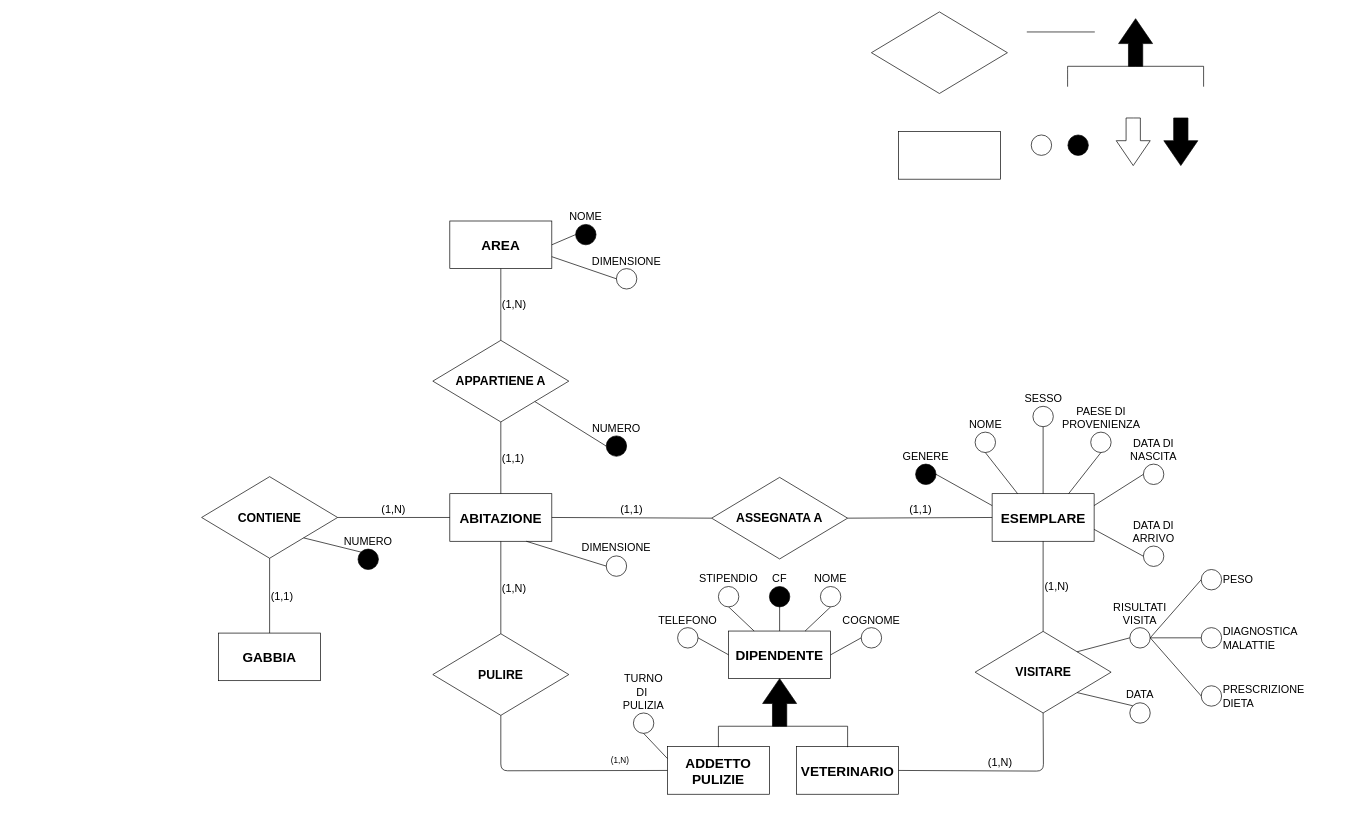
Before: 03_ER_Schema_v1.drawio in DanielePassabi/Progetto-Laboratorio-BSD, a draw.io diagram. Source tidied: cells renumbered, new cells numbered last; positions are measured from the earlier drawing's top-left corner, leaving out a move shared by most shapes. Both pictures are drawn from the tidied source at 68%, with x=0, y=0 at pixel (201, 12).
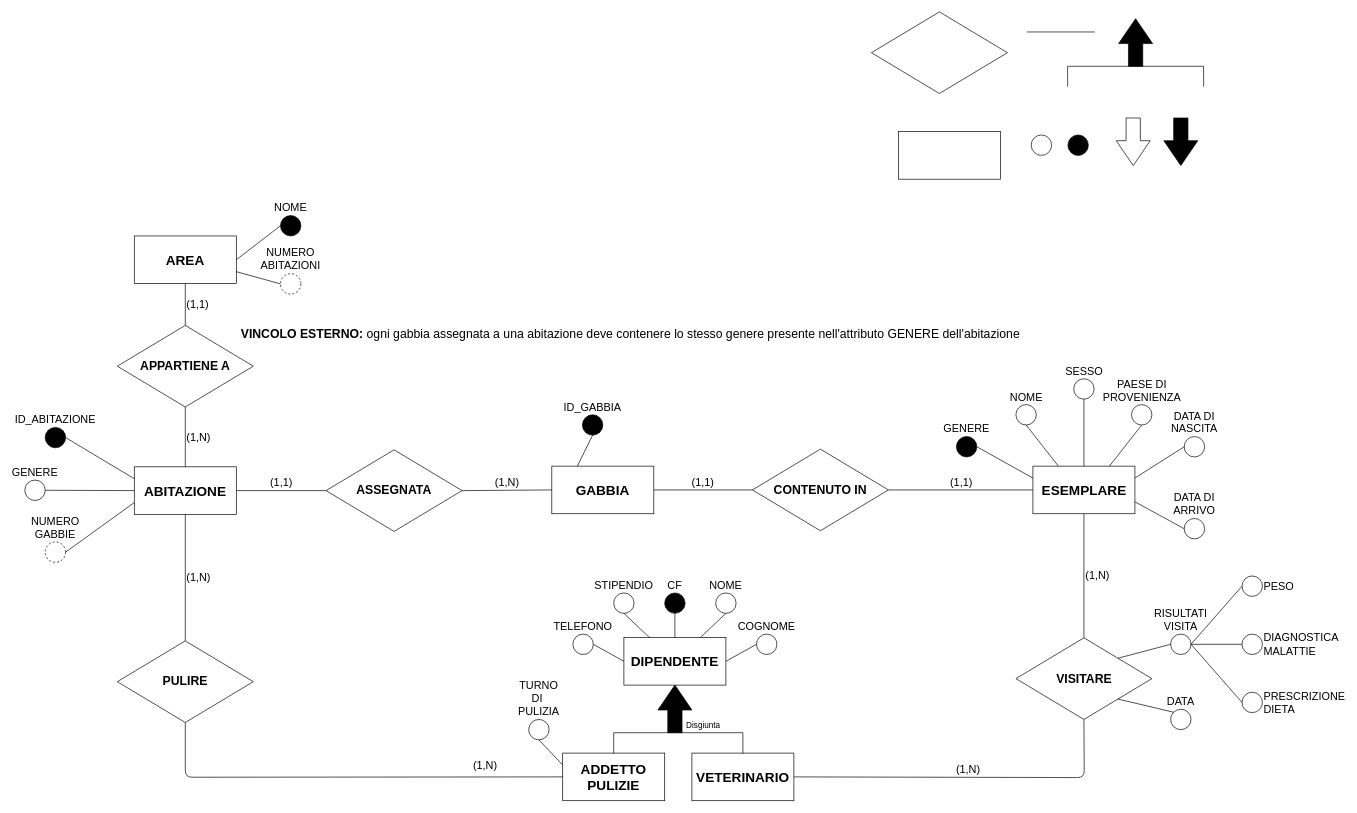
The same diagram, later.

Commit message (it also covers changes not shown here):
Schema ER aggiornato

The edit, as a diff of the source:
```diff
@@
     <mxCell id="6" value="&lt;font size=&quot;1&quot;&gt;&lt;b style=&quot;font-size: 20px&quot;&gt;ESEMPLARE&lt;/b&gt;&lt;/font&gt;" style="rounded=0;whiteSpace=wrap;html=1;" parent="1" vertex="1">
-      <mxGeometry x="1162.5" y="708.5" width="150" height="70" as="geometry" />
+      <mxGeometry x="1222.5" y="668" width="150" height="70" as="geometry" />
     </mxCell>
     <mxCell id="7" value="&lt;span style=&quot;font-size: 20px&quot;&gt;&lt;b&gt;AREA&lt;/b&gt;&lt;/span&gt;" style="rounded=0;whiteSpace=wrap;html=1;" parent="1" vertex="1">
-      <mxGeometry x="365" y="307.5" width="150" height="70" as="geometry" />
+      <mxGeometry x="-99" y="329.5" width="150" height="70" as="geometry" />
     </mxCell>
     <mxCell id="8" value="&lt;span style=&quot;font-size: 20px&quot;&gt;&lt;b&gt;ABITAZIONE&lt;/b&gt;&lt;/span&gt;" style="rounded=0;whiteSpace=wrap;html=1;" parent="1" vertex="1">
-      <mxGeometry x="365" y="708.5" width="150" height="70" as="geometry" />
+      <mxGeometry x="-99" y="669" width="150" height="70" as="geometry" />
     </mxCell>
     <mxCell id="9" value="&lt;font size=&quot;1&quot;&gt;&lt;b style=&quot;font-size: 20px&quot;&gt;GABBIA&lt;/b&gt;&lt;/font&gt;" style="rounded=0;whiteSpace=wrap;html=1;" parent="1" vertex="1">
-      <mxGeometry x="25" y="913.5" width="150" height="70" as="geometry" />
+      <mxGeometry x="515" y="668" width="150" height="70" as="geometry" />
     </mxCell>
     <mxCell id="10" value="&lt;font size=&quot;1&quot;&gt;&lt;b style=&quot;font-size: 20px&quot;&gt;DIPENDENTE&lt;/b&gt;&lt;/font&gt;" style="rounded=0;whiteSpace=wrap;html=1;" parent="1" vertex="1">
-      <mxGeometry x="775" y="910.5" width="150" height="70" as="geometry" />
+      <mxGeometry x="621" y="920" width="150" height="70" as="geometry" />
     </mxCell>
     <mxCell id="11" value="&lt;font size=&quot;1&quot;&gt;&lt;b style=&quot;font-size: 20px&quot;&gt;ADDETTO PULIZIE&lt;/b&gt;&lt;/font&gt;" style="rounded=0;whiteSpace=wrap;html=1;" parent="1" vertex="1">
-      <mxGeometry x="685" y="1080.5" width="150" height="70" as="geometry" />
+      <mxGeometry x="531" y="1090" width="150" height="70" as="geometry" />
     </mxCell>
     <mxCell id="12" value="&lt;span style=&quot;font-size: 20px&quot;&gt;&lt;b&gt;VETERINARIO&lt;/b&gt;&lt;/span&gt;" style="rounded=0;whiteSpace=wrap;html=1;" parent="1" vertex="1">
-      <mxGeometry x="875" y="1080.5" width="150" height="70" as="geometry" />
+      <mxGeometry x="721" y="1090" width="150" height="70" as="geometry" />
     </mxCell>
@@
-    <mxCell id="14" value="&lt;span style=&quot;font-size: 18px&quot;&gt;&lt;b&gt;ASSEGNATA A&lt;/b&gt;&lt;/span&gt;" style="rhombus;whiteSpace=wrap;html=1;" parent="1" vertex="1">
-      <mxGeometry x="750" y="684.5" width="200" height="120" as="geometry" />
+    <mxCell id="14" value="&lt;span style=&quot;font-size: 18px&quot;&gt;&lt;b&gt;CONTENUTO IN&lt;/b&gt;&lt;/span&gt;" style="rhombus;whiteSpace=wrap;html=1;" parent="1" vertex="1">
+      <mxGeometry x="810" y="643" width="200" height="120" as="geometry" />
     </mxCell>
     <mxCell id="15" value="&lt;font size=&quot;1&quot;&gt;&lt;b style=&quot;font-size: 18px&quot;&gt;PULIRE&lt;/b&gt;&lt;/font&gt;" style="rhombus;whiteSpace=wrap;html=1;" parent="1" vertex="1">
-      <mxGeometry x="340" y="914.5" width="200" height="120" as="geometry" />
+      <mxGeometry x="-124" y="925" width="200" height="120" as="geometry" />
     </mxCell>
     <mxCell id="16" value="&lt;span style=&quot;font-size: 18px&quot;&gt;&lt;b&gt;VISITARE&lt;/b&gt;&lt;/span&gt;" style="rhombus;whiteSpace=wrap;html=1;" parent="1" vertex="1">
-      <mxGeometry x="1137.5" y="911" width="200" height="120" as="geometry" />
+      <mxGeometry x="1197.5" y="920.5" width="200" height="120" as="geometry" />
     </mxCell>
     <mxCell id="17" style="html=1;shadow=0;dashed=0;align=center;verticalAlign=middle;shape=mxgraph.arrows2.arrow;dy=0.58;dx=36.6;direction=south;notch=0;fillColor=#000000;rotation=180;" parent="1" vertex="1">
-      <mxGeometry x="825" y="980.5" width="50" height="70" as="geometry" />
+      <mxGeometry x="671" y="990" width="50" height="70" as="geometry" />
     </mxCell>
@@
-    <mxCell id="19" value="&lt;span style=&quot;font-size: 16px ; text-align: left&quot;&gt;(1,1)&lt;/span&gt;" style="endArrow=none;html=1;exitX=0;exitY=0.5;exitDx=0;exitDy=0;entryX=1;entryY=0.5;entryDx=0;entryDy=0;labelPosition=center;verticalLabelPosition=top;align=center;verticalAlign=bottom;" parent="1" edge="1" source="14" target="8">
+    <mxCell id="19" value="&lt;span style=&quot;font-size: 16px ; text-align: left&quot;&gt;(1,1)&lt;/span&gt;" style="endArrow=none;html=1;exitX=0;exitY=0.5;exitDx=0;exitDy=0;labelPosition=center;verticalLabelPosition=top;align=center;verticalAlign=bottom;entryX=1;entryY=0.5;entryDx=0;entryDy=0;" parent="1" edge="1" source="14" target="9">
       <mxGeometry relative="1" as="geometry" />
     </mxCell>
@@
-    <mxCell id="25" value="&lt;span style=&quot;font-size: 18px&quot;&gt;&lt;b&gt;CONTIENE&lt;/b&gt;&lt;/span&gt;" style="rhombus;whiteSpace=wrap;html=1;" parent="1" vertex="1">
-      <mxGeometry y="683.5" width="200" height="120" as="geometry" />
+    <mxCell id="25" value="&lt;span style=&quot;font-size: 18px&quot;&gt;&lt;b&gt;ASSEGNATA&lt;/b&gt;&lt;/span&gt;" style="rhombus;whiteSpace=wrap;html=1;" parent="1" vertex="1">
+      <mxGeometry x="183" y="644" width="200" height="120" as="geometry" />
     </mxCell>
-    <mxCell id="26" value="&lt;span style=&quot;font-size: 16px ; text-align: left&quot;&gt;(1,N)&lt;/span&gt;" style="endArrow=none;html=1;entryX=1;entryY=0.5;entryDx=0;entryDy=0;exitX=0;exitY=0.5;exitDx=0;exitDy=0;labelPosition=center;verticalLabelPosition=top;align=center;verticalAlign=bottom;" parent="1" edge="1" source="8" target="25">
+    <mxCell id="26" value="&lt;span style=&quot;font-size: 16px ; text-align: left&quot;&gt;(1,1)&lt;/span&gt;" style="endArrow=none;html=1;entryX=0;entryY=0.5;entryDx=0;entryDy=0;labelPosition=center;verticalLabelPosition=top;align=center;verticalAlign=bottom;exitX=1;exitY=0.5;exitDx=0;exitDy=0;" parent="1" edge="1" source="8" target="25">
       <mxGeometry relative="1" as="geometry" />
     </mxCell>
-    <mxCell id="27" value="&lt;span style=&quot;font-size: 16px ; text-align: left&quot;&gt;(1,1)&lt;/span&gt;" style="endArrow=none;html=1;entryX=0.5;entryY=0;entryDx=0;entryDy=0;exitX=0.5;exitY=1;exitDx=0;exitDy=0;labelPosition=right;verticalLabelPosition=middle;align=left;verticalAlign=middle;" parent="1" edge="1" source="25" target="9">
+    <mxCell id="27" value="&lt;span style=&quot;font-size: 16px ; text-align: left&quot;&gt;(1,N)&lt;/span&gt;" style="endArrow=none;html=1;entryX=0;entryY=0.5;entryDx=0;entryDy=0;exitX=1;exitY=0.5;exitDx=0;exitDy=0;labelPosition=center;verticalLabelPosition=top;align=center;verticalAlign=bottom;" parent="1" edge="1" source="25" target="9">
       <mxGeometry relative="1" as="geometry" />
     </mxCell>
-    <mxCell id="28" value="&lt;span style=&quot;font-size: 16px ; text-align: left&quot;&gt;(1,N)&lt;/span&gt;" style="endArrow=none;html=1;entryX=0.5;entryY=1;entryDx=0;entryDy=0;exitX=0.5;exitY=0;exitDx=0;exitDy=0;labelPosition=right;verticalLabelPosition=middle;align=left;verticalAlign=middle;" parent="1" edge="1" source="15" target="8">
+    <mxCell id="28" value="&lt;span style=&quot;font-size: 16px ; text-align: left&quot;&gt;(1,N)&lt;/span&gt;" style="endArrow=none;html=1;exitX=0.5;exitY=0;exitDx=0;exitDy=0;labelPosition=right;verticalLabelPosition=middle;align=left;verticalAlign=middle;entryX=0.5;entryY=1;entryDx=0;entryDy=0;" parent="1" edge="1" source="15" target="8">
       <mxGeometry relative="1" as="geometry" />
     </mxCell>
     <mxCell id="29" style="endArrow=none;html=1;entryX=0;entryY=0.5;entryDx=0;entryDy=0;exitX=0.5;exitY=1;exitDx=0;exitDy=0;" parent="1" edge="1" source="15" target="11">
       <mxGeometry relative="1" as="geometry">
         <Array as="points">
-          <mxPoint x="440" y="1116" />
+          <mxPoint x="-24" y="1125.5" />
         </Array>
       </mxGeometry>
     </mxCell>
     <mxCell id="30" value="&lt;span style=&quot;font-size: 16px ; text-align: left&quot;&gt;(1,N)&lt;/span&gt;" style="endArrow=none;html=1;entryX=0.5;entryY=1;entryDx=0;entryDy=0;exitX=1;exitY=0.5;exitDx=0;exitDy=0;labelPosition=center;verticalLabelPosition=top;align=center;verticalAlign=bottom;" parent="1" edge="1" source="12" target="16">
       <mxGeometry relative="1" as="geometry">
         <Array as="points">
-          <mxPoint x="1238" y="1116.5" />
+          <mxPoint x="1298" y="1126" />
         </Array>
       </mxGeometry>
     </mxCell>
@@
     <mxCell id="32" value="&lt;span style=&quot;font-size: 18px&quot;&gt;&lt;b&gt;APPARTIENE A&lt;/b&gt;&lt;/span&gt;" style="rhombus;whiteSpace=wrap;html=1;" parent="1" vertex="1">
-      <mxGeometry x="340" y="483" width="200" height="120" as="geometry" />
+      <mxGeometry x="-124" y="461" width="200" height="120" as="geometry" />
     </mxCell>
-    <mxCell id="33" value="&lt;span style=&quot;font-size: 16px ; text-align: left&quot;&gt;(1,N)&lt;/span&gt;" style="endArrow=none;html=1;entryX=0.5;entryY=1;entryDx=0;entryDy=0;exitX=0.5;exitY=0;exitDx=0;exitDy=0;labelPosition=right;verticalLabelPosition=middle;align=left;verticalAlign=middle;" parent="1" edge="1" source="32" target="7">
+    <mxCell id="33" value="&lt;span style=&quot;font-size: 16px ; text-align: left&quot;&gt;(1,1)&lt;/span&gt;" style="endArrow=none;html=1;entryX=0.5;entryY=1;entryDx=0;entryDy=0;exitX=0.5;exitY=0;exitDx=0;exitDy=0;labelPosition=right;verticalLabelPosition=middle;align=left;verticalAlign=middle;" parent="1" edge="1" source="32" target="7">
       <mxGeometry relative="1" as="geometry" />
     </mxCell>
-    <mxCell id="34" value="&lt;font style=&quot;font-size: 16px&quot;&gt;(1,1)&lt;/font&gt;" style="endArrow=none;html=1;entryX=0.5;entryY=1;entryDx=0;entryDy=0;exitX=0.5;exitY=0;exitDx=0;exitDy=0;align=left;labelPosition=right;verticalLabelPosition=middle;verticalAlign=middle;" parent="1" edge="1" source="8" target="32">
+    <mxCell id="34" value="&lt;font style=&quot;font-size: 16px&quot;&gt;(1,N)&lt;/font&gt;" style="endArrow=none;html=1;entryX=0.5;entryY=1;entryDx=0;entryDy=0;exitX=0.5;exitY=0;exitDx=0;exitDy=0;align=left;labelPosition=right;verticalLabelPosition=middle;verticalAlign=middle;" parent="1" edge="1" source="8" target="32">
       <mxGeometry relative="1" as="geometry" />
     </mxCell>
     <mxCell id="35" style="shape=partialRectangle;whiteSpace=wrap;html=1;bottom=1;right=1;left=1;top=0;fillColor=none;routingCenterX=-0.5;rotation=180;" parent="1" vertex="1">
-      <mxGeometry x="760" y="1050.5" width="190" height="30" as="geometry" />
+      <mxGeometry x="606" y="1060" width="190" height="30" as="geometry" />
     </mxCell>
     <mxCell id="36" value="GENERE" style="ellipse;html=1;fillColor=#000000;spacingBottom=0;fontSize=16;align=center;whiteSpace=wrap;labelPosition=center;verticalLabelPosition=top;verticalAlign=bottom;" parent="1" vertex="1">
-      <mxGeometry x="1050" y="665" width="30" height="30" as="geometry" />
+      <mxGeometry x="1110" y="624.5" width="30" height="30" as="geometry" />
     </mxCell>
     <mxCell id="37" value="DATA DI ARRIVO" style="ellipse;html=1;fillColor=#FFFFFF;spacingBottom=0;fontSize=16;align=center;whiteSpace=wrap;labelPosition=center;verticalLabelPosition=top;verticalAlign=bottom;" parent="1" vertex="1">
-      <mxGeometry x="1385" y="785.5" width="30" height="30" as="geometry" />
+      <mxGeometry x="1445" y="745" width="30" height="30" as="geometry" />
     </mxCell>
@@
     <mxCell id="39" value="NOME" style="ellipse;html=1;fillColor=#FFFFFF;spacingBottom=0;fontSize=16;align=center;whiteSpace=wrap;labelPosition=center;verticalLabelPosition=top;verticalAlign=bottom;" parent="1" vertex="1">
-      <mxGeometry x="1137.5" y="618" width="30" height="30" as="geometry" />
+      <mxGeometry x="1197.5" y="577.5" width="30" height="30" as="geometry" />
     </mxCell>
     <mxCell id="40" value="PAESE DI PROVENIENZA" style="ellipse;html=1;fillColor=#FFFFFF;spacingBottom=0;fontSize=16;align=center;whiteSpace=wrap;labelPosition=center;verticalLabelPosition=top;verticalAlign=bottom;" parent="1" vertex="1">
-      <mxGeometry x="1307.5" y="618" width="30" height="30" as="geometry" />
+      <mxGeometry x="1367.5" y="577.5" width="30" height="30" as="geometry" />
     </mxCell>
     <mxCell id="41" value="SESSO" style="ellipse;html=1;fillColor=#FFFFFF;spacingBottom=0;fontSize=16;align=center;whiteSpace=wrap;labelPosition=center;verticalLabelPosition=top;verticalAlign=bottom;" parent="1" vertex="1">
-      <mxGeometry x="1222.5" y="580" width="30" height="30" as="geometry" />
+      <mxGeometry x="1282.5" y="539.5" width="30" height="30" as="geometry" />
     </mxCell>
     <mxCell id="42" value="DATA DI NASCITA" style="ellipse;html=1;fillColor=#FFFFFF;spacingBottom=0;fontSize=16;align=center;whiteSpace=wrap;labelPosition=center;verticalLabelPosition=top;verticalAlign=bottom;" parent="1" vertex="1">
-      <mxGeometry x="1385" y="665" width="30" height="30" as="geometry" />
+      <mxGeometry x="1445" y="624.5" width="30" height="30" as="geometry" />
     </mxCell>
     <mxCell id="43" value="CF" style="ellipse;html=1;fillColor=#000000;spacingBottom=0;fontSize=16;align=center;whiteSpace=wrap;labelPosition=center;verticalLabelPosition=top;verticalAlign=bottom;" parent="1" vertex="1">
-      <mxGeometry x="835" y="845" width="30" height="30" as="geometry" />
+      <mxGeometry x="681" y="854.5" width="30" height="30" as="geometry" />
     </mxCell>
     <mxCell id="44" value="NOME" style="ellipse;html=1;fillColor=#FFFFFF;spacingBottom=0;fontSize=16;align=center;whiteSpace=wrap;labelPosition=center;verticalLabelPosition=top;verticalAlign=bottom;" parent="1" vertex="1">
-      <mxGeometry x="910" y="845" width="30" height="30" as="geometry" />
+      <mxGeometry x="756" y="854.5" width="30" height="30" as="geometry" />
     </mxCell>
     <mxCell id="45" value="COGNOME" style="ellipse;html=1;fillColor=#FFFFFF;spacingBottom=0;fontSize=16;align=center;whiteSpace=wrap;labelPosition=center;verticalLabelPosition=top;verticalAlign=bottom;" parent="1" vertex="1">
-      <mxGeometry x="970" y="905.5" width="30" height="30" as="geometry" />
+      <mxGeometry x="816" y="915" width="30" height="30" as="geometry" />
     </mxCell>
     <mxCell id="46" value="STIPENDIO" style="ellipse;html=1;fillColor=#FFFFFF;spacingBottom=0;fontSize=16;align=center;whiteSpace=wrap;labelPosition=center;verticalLabelPosition=top;verticalAlign=bottom;" parent="1" vertex="1">
-      <mxGeometry x="760" y="845" width="30" height="30" as="geometry" />
+      <mxGeometry x="606" y="854.5" width="30" height="30" as="geometry" />
     </mxCell>
     <mxCell id="47" value="TELEFONO" style="ellipse;html=1;fillColor=#FFFFFF;spacingBottom=0;fontSize=16;align=center;whiteSpace=wrap;labelPosition=center;verticalLabelPosition=top;verticalAlign=bottom;" parent="1" vertex="1">
-      <mxGeometry x="700" y="905.5" width="30" height="30" as="geometry" />
+      <mxGeometry x="546" y="915" width="30" height="30" as="geometry" />
     </mxCell>
     <mxCell id="48" value="TURNO DI&amp;nbsp; PULIZIA" style="ellipse;html=1;fillColor=#FFFFFF;spacingBottom=0;fontSize=16;align=center;whiteSpace=wrap;labelPosition=center;verticalLabelPosition=top;verticalAlign=bottom;direction=south;" parent="1" vertex="1">
-      <mxGeometry x="635" y="1031" width="30" height="30" as="geometry" />
+      <mxGeometry x="481" y="1040.5" width="30" height="30" as="geometry" />
     </mxCell>
     <mxCell id="49" value="RISULTATI VISITA" style="ellipse;html=1;fillColor=#FFFFFF;spacingBottom=0;fontSize=16;align=center;whiteSpace=wrap;labelPosition=center;verticalLabelPosition=top;verticalAlign=bottom;" parent="1" vertex="1">
-      <mxGeometry x="1365" y="905.5" width="30" height="30" as="geometry" />
+      <mxGeometry x="1425" y="915" width="30" height="30" as="geometry" />
     </mxCell>
     <mxCell id="50" value="DATA" style="ellipse;html=1;fillColor=#FFFFFF;spacingBottom=0;fontSize=16;align=center;whiteSpace=wrap;labelPosition=center;verticalLabelPosition=top;verticalAlign=bottom;" parent="1" vertex="1">
-      <mxGeometry x="1365" y="1016" width="30" height="30" as="geometry" />
+      <mxGeometry x="1425" y="1025.5" width="30" height="30" as="geometry" />
     </mxCell>
     <mxCell id="51" value="NOME" style="ellipse;html=1;fillColor=#000000;spacingBottom=0;fontSize=16;align=center;whiteSpace=wrap;labelPosition=center;verticalLabelPosition=top;verticalAlign=bottom;" parent="1" vertex="1">
-      <mxGeometry x="550" y="312.5" width="30" height="30" as="geometry" />
+      <mxGeometry x="116" y="299.5" width="30" height="30" as="geometry" />
     </mxCell>
-    <mxCell id="52" value="DIMENSIONE" style="ellipse;html=1;fillColor=#FFFFFF;spacingBottom=0;fontSize=16;align=center;whiteSpace=wrap;labelPosition=center;verticalLabelPosition=top;verticalAlign=bottom;" parent="1" vertex="1">
-      <mxGeometry x="610" y="377.5" width="30" height="30" as="geometry" />
+    <mxCell id="52" value="NUMERO ABITAZIONI" style="ellipse;html=1;fillColor=#FFFFFF;spacingBottom=0;fontSize=16;align=center;whiteSpace=wrap;labelPosition=center;verticalLabelPosition=top;verticalAlign=bottom;dashed=1;" parent="1" vertex="1">
+      <mxGeometry x="116" y="385" width="30" height="30" as="geometry" />
     </mxCell>
-    <mxCell id="53" value="NUMERO" style="ellipse;html=1;fillColor=#000000;spacingBottom=0;fontSize=16;align=center;whiteSpace=wrap;labelPosition=center;verticalLabelPosition=top;verticalAlign=bottom;" parent="1" vertex="1">
-      <mxGeometry x="595" y="623.5" width="30" height="30" as="geometry" />
+    <mxCell id="53" value="ID_ABITAZIONE" style="ellipse;html=1;fillColor=#000000;spacingBottom=0;fontSize=16;align=center;whiteSpace=wrap;labelPosition=center;verticalLabelPosition=top;verticalAlign=bottom;" parent="1" vertex="1">
+      <mxGeometry x="-230" y="611" width="30" height="30" as="geometry" />
     </mxCell>
-    <mxCell id="54" value="NUMERO" style="ellipse;html=1;fillColor=#000000;spacingBottom=0;fontSize=16;align=center;whiteSpace=wrap;labelPosition=center;verticalLabelPosition=top;verticalAlign=bottom;" parent="1" vertex="1">
-      <mxGeometry x="230" y="790" width="30" height="30" as="geometry" />
+    <mxCell id="54" value="ID_GABBIA" style="ellipse;html=1;fillColor=#000000;spacingBottom=0;fontSize=16;align=center;whiteSpace=wrap;labelPosition=center;verticalLabelPosition=top;verticalAlign=bottom;" parent="1" vertex="1">
+      <mxGeometry x="560" y="592.5" width="30" height="30" as="geometry" />
     </mxCell>
-    <mxCell id="55" value="DIMENSIONE" style="ellipse;html=1;fillColor=#FFFFFF;spacingBottom=0;fontSize=16;align=center;whiteSpace=wrap;labelPosition=center;verticalLabelPosition=top;verticalAlign=bottom;" parent="1" vertex="1">
-      <mxGeometry x="595" y="800" width="30" height="30" as="geometry" />
+    <mxCell id="55" value="NUMERO GABBIE" style="ellipse;html=1;fillColor=#FFFFFF;spacingBottom=0;fontSize=16;align=center;whiteSpace=wrap;labelPosition=center;verticalLabelPosition=top;verticalAlign=bottom;dashed=1;" parent="1" vertex="1">
+      <mxGeometry x="-230" y="779.5" width="30" height="30" as="geometry" />
     </mxCell>
-    <mxCell id="56" style="endArrow=none;html=1;fontSize=16;fontColor=#FFFFFF;entryX=1;entryY=1;entryDx=0;entryDy=0;exitX=0;exitY=0;exitDx=0;exitDy=0;" parent="1" edge="1" source="54" target="25">
+    <mxCell id="56" style="endArrow=none;html=1;fontSize=16;fontColor=#FFFFFF;exitX=0.5;exitY=1;exitDx=0;exitDy=0;entryX=0.25;entryY=0;entryDx=0;entryDy=0;" parent="1" edge="1" source="54" target="9">
       <mxGeometry relative="1" as="geometry" />
     </mxCell>
-    <mxCell id="57" style="endArrow=none;html=1;fontSize=16;fontColor=#FFFFFF;entryX=1;entryY=1;entryDx=0;entryDy=0;exitX=0;exitY=0.5;exitDx=0;exitDy=0;" parent="1" edge="1" source="53" target="32">
+    <mxCell id="57" style="endArrow=none;html=1;fontSize=16;fontColor=#FFFFFF;exitX=1;exitY=0.5;exitDx=0;exitDy=0;entryX=0;entryY=0.25;entryDx=0;entryDy=0;" parent="1" edge="1" source="53" target="8">
       <mxGeometry relative="1" as="geometry" />
     </mxCell>
@@
-    <mxCell id="61" style="endArrow=none;html=1;fontSize=16;fontColor=#FFFFFF;entryX=0.75;entryY=1;entryDx=0;entryDy=0;exitX=0;exitY=0.5;exitDx=0;exitDy=0;" parent="1" edge="1" source="55" target="8">
+    <mxCell id="61" style="endArrow=none;html=1;fontSize=16;fontColor=#FFFFFF;entryX=0;entryY=0.75;entryDx=0;entryDy=0;exitX=1;exitY=0.5;exitDx=0;exitDy=0;" parent="1" edge="1" source="55" target="8">
       <mxGeometry relative="1" as="geometry" />
     </mxCell>
@@
     <mxCell id="69" value="PESO" style="ellipse;html=1;fillColor=#FFFFFF;spacingBottom=0;fontSize=16;align=left;whiteSpace=wrap;labelPosition=right;verticalLabelPosition=middle;verticalAlign=middle;" parent="1" vertex="1">
-      <mxGeometry x="1470" y="820" width="30" height="30" as="geometry" />
+      <mxGeometry x="1530" y="829.5" width="30" height="30" as="geometry" />
     </mxCell>
     <mxCell id="70" value="DIAGNOSTICA MALATTIE" style="ellipse;html=1;fillColor=#FFFFFF;spacingBottom=0;fontSize=16;align=left;whiteSpace=wrap;labelPosition=right;verticalLabelPosition=middle;verticalAlign=middle;" parent="1" vertex="1">
-      <mxGeometry x="1470" y="905.5" width="30" height="30" as="geometry" />
+      <mxGeometry x="1530" y="915" width="30" height="30" as="geometry" />
     </mxCell>
     <mxCell id="71" value="PRESCRIZIONE DIETA" style="ellipse;html=1;fillColor=#FFFFFF;spacingBottom=0;fontSize=16;align=left;whiteSpace=wrap;labelPosition=right;verticalLabelPosition=middle;verticalAlign=middle;" parent="1" vertex="1">
-      <mxGeometry x="1470" y="991" width="30" height="30" as="geometry" />
+      <mxGeometry x="1530" y="1000.5" width="30" height="30" as="geometry" />
     </mxCell>
@@
-    <mxCell id="81" value="(1,N)" style="text;html=1;labelPosition=center;verticalLabelPosition=top;align=center;verticalAlign=bottom;" parent="1" vertex="1">
-      <mxGeometry x="590" y="1110" width="50" height="30" as="geometry" />
+    <mxCell id="81" value="(1,N)" style="text;html=1;labelPosition=left;verticalLabelPosition=top;align=right;verticalAlign=bottom;fontSize=16;" parent="1" vertex="1">
+      <mxGeometry x="436" y="1119.5" width="50" height="30" as="geometry" />
     </mxCell>
+    <mxCell id="82" value="&lt;font style=&quot;font-size: 18px&quot;&gt;&lt;b&gt;VINCOLO ESTERNO:&lt;/b&gt; ogni gabbia assegnata a una abitazione deve contenere lo stesso genere presente nell'attributo GENERE dell'abitazione&lt;/font&gt;" style="text;html=1;align=left;verticalAlign=top;spacingTop=-4;" parent="1" vertex="1">
+      <mxGeometry x="56" y="461" width="1160" height="20" as="geometry" />
+    </mxCell>
+    <mxCell id="83" value="GENERE" style="ellipse;html=1;fillColor=#FFFFFF;spacingBottom=0;fontSize=16;align=center;whiteSpace=wrap;labelPosition=center;verticalLabelPosition=top;verticalAlign=bottom;" parent="1" vertex="1">
+      <mxGeometry x="-260" y="688.5" width="30" height="30" as="geometry" />
+    </mxCell>
+    <mxCell id="84" style="endArrow=none;html=1;fontSize=16;fontColor=#FFFFFF;entryX=1;entryY=0.5;entryDx=0;entryDy=0;exitX=0;exitY=0.5;exitDx=0;exitDy=0;" parent="1" edge="1" source="8" target="83">
+      <mxGeometry relative="1" as="geometry" />
+    </mxCell>
+    <mxCell id="85" value="Disgiunta" style="text;html=1;align=left;verticalAlign=top;spacingTop=-4;" parent="1" vertex="1">
+      <mxGeometry x="711" y="1040" width="70" height="20" as="geometry" />
+    </mxCell>
```
